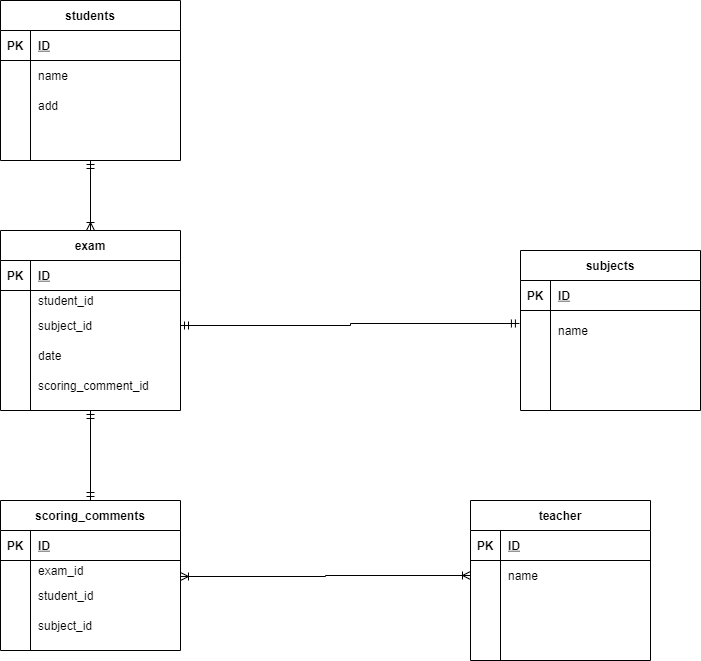
Before: .drawio.png, a diagram exported from draw.io (atsucot/ER-1). Source tidied: cells renumbered, new cells last; positions are measured from the earlier drawing's top-left corner, leaving out a move shared by most shapes.
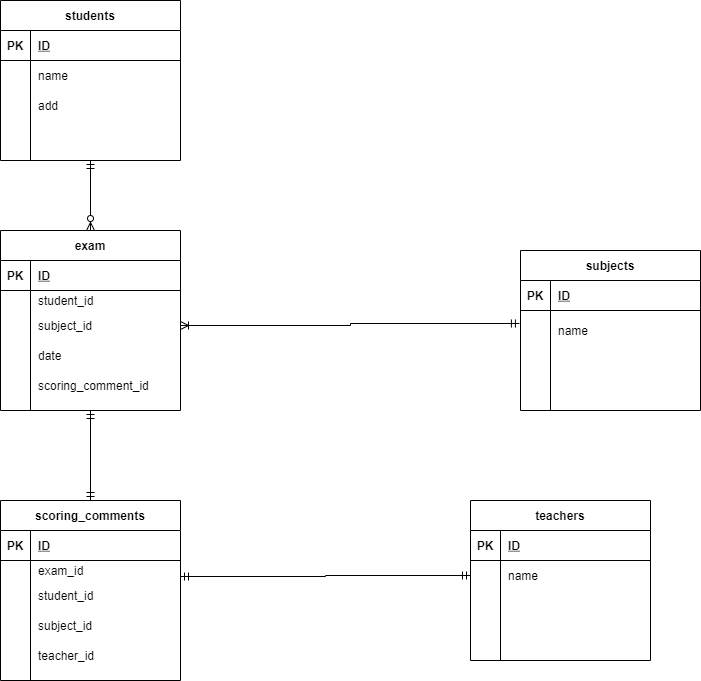
The same file after the commit.

Diff of the diagram source:
```diff
@@ -2,7 +2,7 @@
   <root>
     <mxCell id="0" />
     <mxCell id="1" parent="0" />
-    <mxCell id="2" style="edgeStyle=orthogonalEdgeStyle;rounded=0;jettySize=auto;html=1;entryX=0.5;entryY=0;entryDx=0;entryDy=0;startArrow=ERmandOne;startFill=0;endArrow=ERoneToMany;endFill=0;" parent="1" edge="1" source="3" target="30">
+    <mxCell id="2" style="edgeStyle=orthogonalEdgeStyle;rounded=0;jettySize=auto;html=1;entryX=0.5;entryY=0;entryDx=0;entryDy=0;startArrow=ERmandOne;startFill=0;endArrow=ERzeroToMany;endFill=1;" parent="1" edge="1" source="3" target="30">
       <mxGeometry relative="1" as="geometry" />
     </mxCell>
     <mxCell id="3" value="students" style="shape=table;startSize=30;rowLines=0;fontStyle=1;align=center;" parent="1" vertex="1">
@@ -44,7 +44,7 @@
     <mxCell id="15" style="shape=partialRectangle;fillColor=none;top=0;left=0;bottom=0;right=0;align=left;spacingLeft=6;overflow=hidden;" parent="13" vertex="1">
       <mxGeometry x="30" width="150" height="30" as="geometry" />
     </mxCell>
-    <mxCell id="16" value="teacher" style="shape=table;startSize=30;rowLines=0;fontStyle=1;align=center;" parent="1" vertex="1">
+    <mxCell id="16" value="teachers" style="shape=table;startSize=30;rowLines=0;fontStyle=1;align=center;" parent="1" vertex="1">
       <mxGeometry x="470" y="500" width="180" height="160" as="geometry" />
     </mxCell>
     <mxCell id="17" style="shape=partialRectangle;fillColor=none;top=0;left=0;bottom=1;right=0;" parent="16" vertex="1">
@@ -135,7 +135,7 @@
       <mxGeometry x="30" width="150" height="30" as="geometry" />
     </mxCell>
     <mxCell id="46" value="scoring_comments" style="shape=table;startSize=30;rowLines=0;fontStyle=1;align=center;" parent="1" vertex="1">
-      <mxGeometry y="500" width="180" height="150" as="geometry" />
+      <mxGeometry y="500" width="180" height="180" as="geometry" />
     </mxCell>
     <mxCell id="47" style="shape=partialRectangle;fillColor=none;top=0;left=0;bottom=1;right=0;" parent="46" vertex="1">
       <mxGeometry y="30" width="180" height="30" as="geometry" />
@@ -173,6 +173,15 @@
     <mxCell id="58" value="subject_id" style="shape=partialRectangle;fillColor=none;top=0;left=0;bottom=0;right=0;align=left;spacingLeft=6;overflow=hidden;" parent="56" vertex="1">
       <mxGeometry x="30" width="150" height="30" as="geometry" />
     </mxCell>
+    <mxCell id="74" style="shape=partialRectangle;fillColor=none;top=0;left=0;bottom=0;right=0;" parent="46" vertex="1">
+      <mxGeometry y="140" width="180" height="30" as="geometry" />
+    </mxCell>
+    <mxCell id="75" style="shape=partialRectangle;fillColor=none;top=0;left=0;bottom=0;right=0;overflow=hidden;" parent="74" vertex="1">
+      <mxGeometry width="30" height="30" as="geometry" />
+    </mxCell>
+    <mxCell id="76" value="teacher_id" style="shape=partialRectangle;fillColor=none;top=0;left=0;bottom=0;right=0;align=left;spacingLeft=6;overflow=hidden;" parent="74" vertex="1">
+      <mxGeometry x="30" width="150" height="30" as="geometry" />
+    </mxCell>
     <mxCell id="59" value="subjects" style="shape=table;startSize=30;rowLines=0;fontStyle=1;align=center;" parent="1" vertex="1">
       <mxGeometry x="520" y="250" width="180" height="160" as="geometry" />
     </mxCell>
@@ -212,10 +221,10 @@
     <mxCell id="71" style="shape=partialRectangle;fillColor=none;top=0;left=0;bottom=0;right=0;align=left;spacingLeft=6;overflow=hidden;" parent="69" vertex="1">
       <mxGeometry x="30" width="150" height="30" as="geometry" />
     </mxCell>
-    <mxCell id="72" style="edgeStyle=orthogonalEdgeStyle;rounded=0;jettySize=auto;html=1;endArrow=ERmandOne;endFill=0;startArrow=ERmandOne;startFill=0;entryX=-0.006;entryY=0.325;entryDx=0;entryDy=0;entryPerimeter=0;" parent="1" edge="1" source="37" target="63">
+    <mxCell id="72" style="edgeStyle=orthogonalEdgeStyle;rounded=0;jettySize=auto;html=1;endArrow=ERmandOne;endFill=0;startArrow=ERoneToMany;startFill=0;entryX=-0.006;entryY=0.325;entryDx=0;entryDy=0;entryPerimeter=0;" parent="1" edge="1" source="37" target="63">
       <mxGeometry relative="1" as="geometry" />
     </mxCell>
-    <mxCell id="73" style="edgeStyle=orthogonalEdgeStyle;rounded=0;jettySize=auto;html=1;startArrow=ERoneToMany;startFill=0;endArrow=ERoneToMany;endFill=0;" parent="1" edge="1" source="20">
+    <mxCell id="73" style="edgeStyle=orthogonalEdgeStyle;rounded=0;jettySize=auto;html=1;startArrow=ERmandOne;startFill=0;endArrow=ERmandOne;endFill=0;" parent="1" edge="1" source="20">
       <mxGeometry relative="1" as="geometry">
         <mxPoint x="180" y="576" as="targetPoint" />
       </mxGeometry>
```
